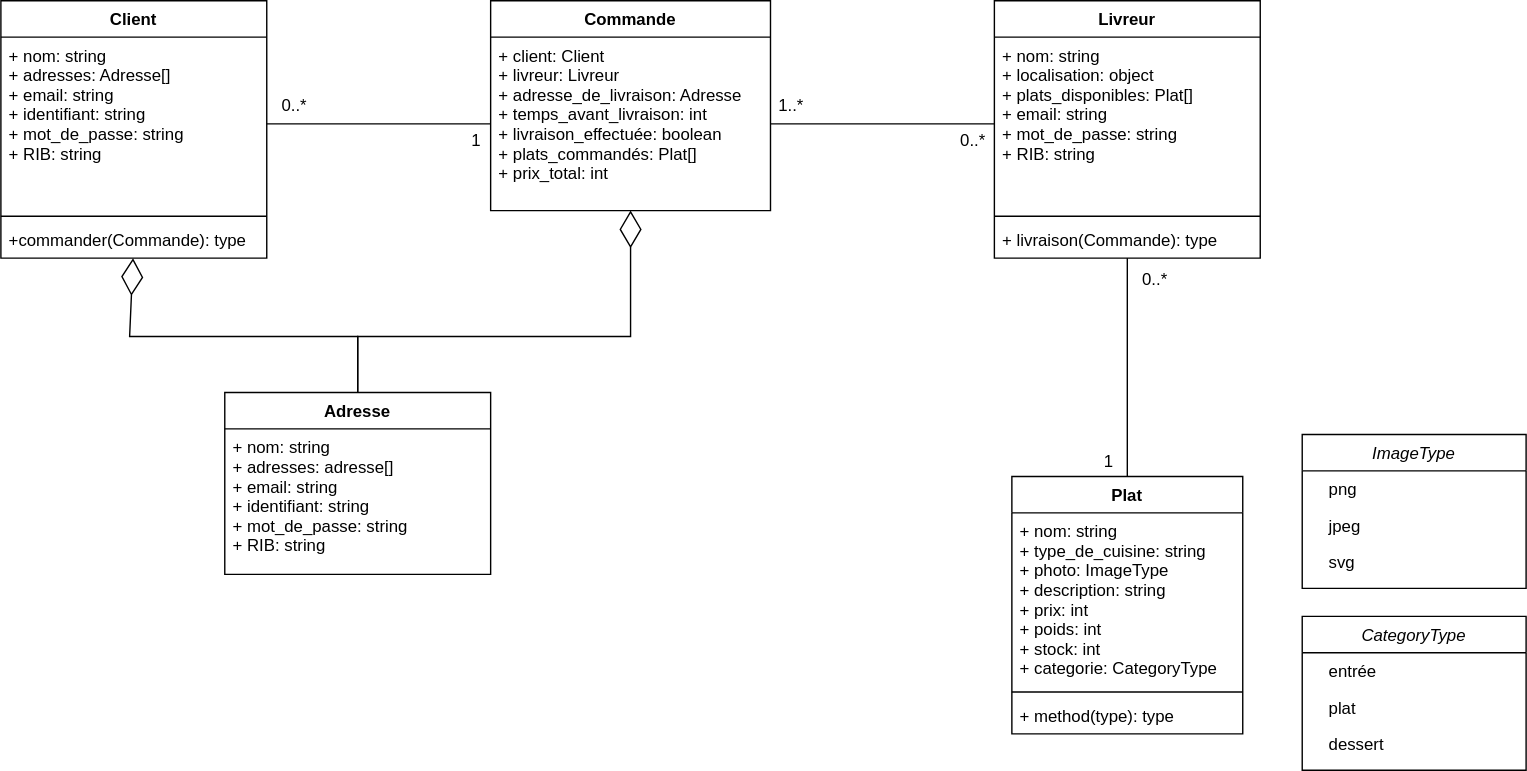
Earlier version of the draw.io export Class_Diagram.drawio.svg (TheoBernard97/ExpressFood). Source tidied: cells renumbered, new cells last; positions are measured from the earlier drawing's top-left corner, leaving out a move shared by most shapes.
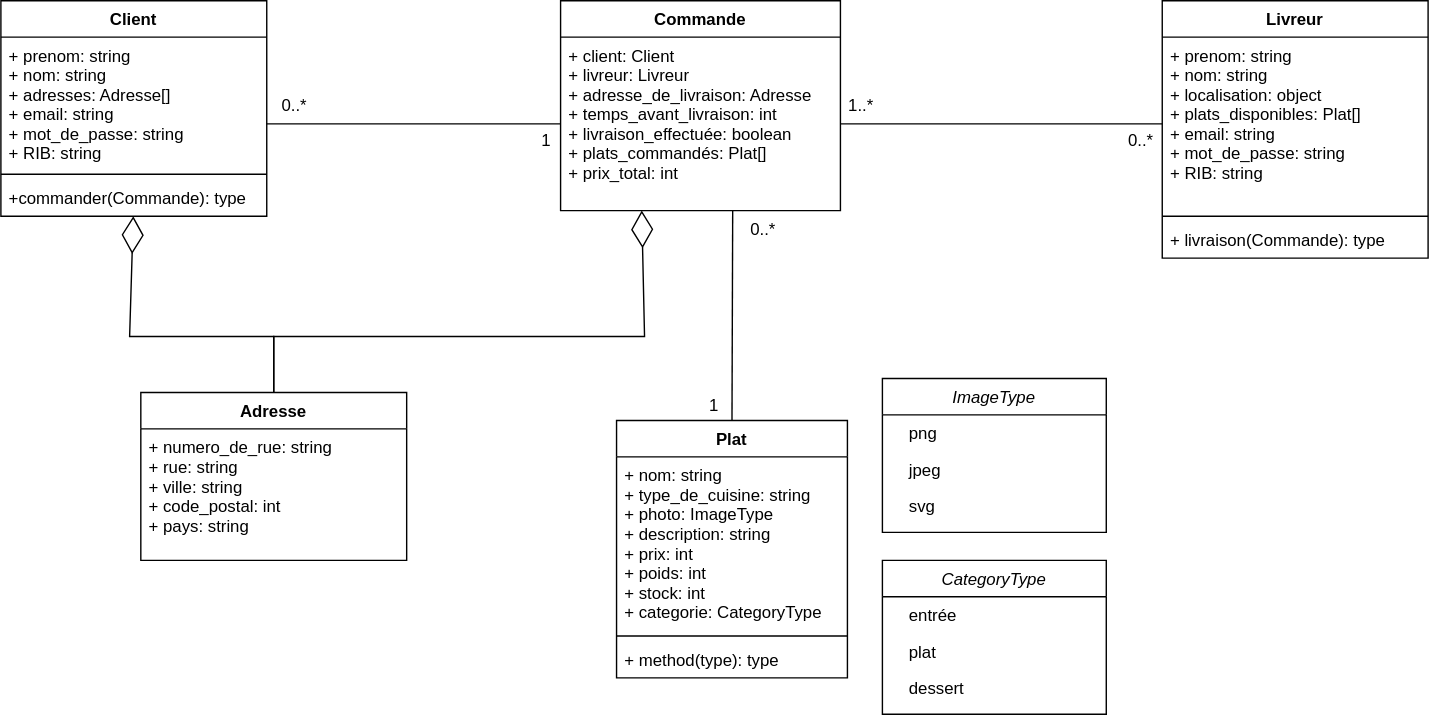
Above is the later version.

Commit message:
Update class diagram

What changed in the source:
```diff
@@ -3,19 +3,19 @@
     <mxCell id="0" />
     <mxCell id="1" parent="0" />
     <mxCell id="2" value="Client" style="swimlane;fontStyle=1;align=center;verticalAlign=top;horizontal=1;startSize=26;" parent="1" vertex="1">
-      <mxGeometry width="190" height="184" as="geometry" />
+      <mxGeometry width="190" height="154" as="geometry" />
     </mxCell>
-    <mxCell id="3" value="+ nom: string&#10;+ adresses: Adresse[]&#10;+ email: string&#10;+ identifiant: string&#10;+ mot_de_passe: string&#10;+ RIB: string" style="text;strokeColor=none;fillColor=none;align=left;verticalAlign=top;spacingLeft=4;spacingRight=4;overflow=hidden;points=[[0,0.5],[1,0.5]];portConstraint=eastwest;" parent="2" vertex="1">
-      <mxGeometry y="26" width="190" height="124" as="geometry" />
+    <mxCell id="3" value="+ prenom: string&#10;+ nom: string&#10;+ adresses: Adresse[]&#10;+ email: string&#10;+ mot_de_passe: string&#10;+ RIB: string" style="text;strokeColor=none;fillColor=none;align=left;verticalAlign=top;spacingLeft=4;spacingRight=4;overflow=hidden;points=[[0,0.5],[1,0.5]];portConstraint=eastwest;" parent="2" vertex="1">
+      <mxGeometry y="26" width="190" height="94" as="geometry" />
     </mxCell>
     <mxCell id="4" style="line;strokeWidth=1;fillColor=none;align=left;verticalAlign=middle;spacingTop=-1;spacingLeft=3;spacingRight=3;labelPosition=right;" parent="2" vertex="1">
-      <mxGeometry y="150" width="190" height="8" as="geometry" />
+      <mxGeometry y="120" width="190" height="8" as="geometry" />
     </mxCell>
     <mxCell id="5" value="+commander(Commande): type" style="text;strokeColor=none;fillColor=none;align=left;verticalAlign=top;spacingLeft=4;spacingRight=4;overflow=hidden;points=[[0,0.5],[1,0.5]];portConstraint=eastwest;" parent="2" vertex="1">
-      <mxGeometry y="158" width="190" height="26" as="geometry" />
+      <mxGeometry y="128" width="190" height="26" as="geometry" />
     </mxCell>
     <mxCell id="6" value="Plat" style="swimlane;fontStyle=1;align=center;verticalAlign=top;horizontal=1;startSize=26;" parent="1" vertex="1">
-      <mxGeometry x="722.5" y="340" width="165" height="184" as="geometry" />
+      <mxGeometry x="440" y="300" width="165" height="184" as="geometry" />
     </mxCell>
     <mxCell id="7" value="+ nom: string&#10;+ type_de_cuisine: string&#10;+ photo: ImageType&#10;+ description: string&#10;+ prix: int&#10;+ poids: int&#10;+ stock: int&#10;+ categorie: CategoryType" style="text;strokeColor=none;fillColor=none;align=left;verticalAlign=top;spacingLeft=4;spacingRight=4;overflow=hidden;" parent="6" vertex="1">
       <mxGeometry y="26" width="165" height="124" as="geometry" />
@@ -27,7 +27,7 @@
       <mxGeometry y="158" width="165" height="26" as="geometry" />
     </mxCell>
     <mxCell id="10" value="ImageType" style="swimlane;fontStyle=2;align=center;verticalAlign=top;horizontal=1;startSize=26;rounded=0;shadow=0;strokeWidth=1;" parent="1" vertex="1">
-      <mxGeometry x="930" y="310" width="160" height="110" as="geometry" />
+      <mxGeometry x="630" y="270" width="160" height="110" as="geometry" />
     </mxCell>
     <mxCell id="11" value="    png" style="text;align=left;verticalAlign=top;spacingLeft=4;spacingRight=4;overflow=hidden;" parent="10" vertex="1">
       <mxGeometry y="26" width="160" height="26" as="geometry" />
@@ -39,7 +39,7 @@
       <mxGeometry y="78" width="160" height="26" as="geometry" />
     </mxCell>
     <mxCell id="14" value="CategoryType" style="swimlane;fontStyle=2;align=center;verticalAlign=top;horizontal=1;startSize=26;rounded=0;shadow=0;strokeWidth=1;" parent="1" vertex="1">
-      <mxGeometry x="930" y="440" width="160" height="110" as="geometry" />
+      <mxGeometry x="630" y="400" width="160" height="110" as="geometry" />
     </mxCell>
     <mxCell id="15" value="    entrée" style="text;align=left;verticalAlign=top;spacingLeft=4;spacingRight=4;overflow=hidden;" parent="14" vertex="1">
       <mxGeometry y="26" width="160" height="26" as="geometry" />
@@ -51,9 +51,9 @@
       <mxGeometry y="78" width="160" height="26" as="geometry" />
     </mxCell>
     <mxCell id="18" value="Livreur" style="swimlane;fontStyle=1;align=center;verticalAlign=top;horizontal=1;startSize=26;" parent="1" vertex="1">
-      <mxGeometry x="710" width="190" height="184" as="geometry" />
+      <mxGeometry x="830" width="190" height="184" as="geometry" />
     </mxCell>
-    <mxCell id="19" value="+ nom: string&#10;+ localisation: object&#10;+ plats_disponibles: Plat[]&#10;+ email: string&#10;+ mot_de_passe: string&#10;+ RIB: string" style="text;strokeColor=none;fillColor=none;align=left;verticalAlign=top;spacingLeft=4;spacingRight=4;overflow=hidden;points=[[0,0.5],[1,0.5]];portConstraint=eastwest;" parent="18" vertex="1">
+    <mxCell id="19" value="+ prenom: string&#10;+ nom: string&#10;+ localisation: object&#10;+ plats_disponibles: Plat[]&#10;+ email: string&#10;+ mot_de_passe: string&#10;+ RIB: string" style="text;strokeColor=none;fillColor=none;align=left;verticalAlign=top;spacingLeft=4;spacingRight=4;overflow=hidden;points=[[0,0.5],[1,0.5]];portConstraint=eastwest;" parent="18" vertex="1">
       <mxGeometry y="26" width="190" height="124" as="geometry" />
     </mxCell>
     <mxCell id="20" style="line;strokeWidth=1;fillColor=none;align=left;verticalAlign=middle;spacingTop=-1;spacingLeft=3;spacingRight=3;labelPosition=right;" parent="18" vertex="1">
@@ -63,22 +63,26 @@
       <mxGeometry y="158" width="190" height="26" as="geometry" />
     </mxCell>
     <mxCell id="22" value="Commande" style="swimlane;fontStyle=1;align=center;verticalAlign=top;horizontal=1;startSize=26;" parent="1" vertex="1">
-      <mxGeometry x="350" width="200" height="150" as="geometry" />
+      <mxGeometry x="400" width="200" height="150" as="geometry" />
     </mxCell>
     <mxCell id="23" value="+ client: Client&#10;+ livreur: Livreur&#10;+ adresse_de_livraison: Adresse&#10;+ temps_avant_livraison: int&#10;+ livraison_effectuée: boolean&#10;+ plats_commandés: Plat[]&#10;+ prix_total: int" style="text;strokeColor=none;fillColor=none;align=left;verticalAlign=top;spacingLeft=4;spacingRight=4;overflow=hidden;points=[[0,0.5],[1,0.5]];portConstraint=eastwest;" parent="22" vertex="1">
       <mxGeometry y="26" width="200" height="124" as="geometry" />
     </mxCell>
-    <mxCell id="24" style="endArrow=none;html=1;rounded=0;entryX=0.5;entryY=0;entryDx=0;entryDy=0;" parent="1" edge="1" source="21" target="6">
-      <mxGeometry relative="1" as="geometry" />
+    <mxCell id="24" style="endArrow=none;html=1;rounded=0;entryX=0.5;entryY=0;entryDx=0;entryDy=0;" parent="1" edge="1" target="6">
+      <mxGeometry relative="1" as="geometry">
+        <mxPoint x="523" y="150" as="sourcePoint" />
+      </mxGeometry>
     </mxCell>
     <mxCell id="25" value="Adresse" style="swimlane;fontStyle=1;align=center;verticalAlign=top;horizontal=1;startSize=26;" parent="1" vertex="1">
-      <mxGeometry x="160" y="280" width="190" height="130" as="geometry" />
+      <mxGeometry x="100" y="280" width="190" height="120" as="geometry" />
     </mxCell>
-    <mxCell id="26" value="+ nom: string&#10;+ adresses: adresse[]&#10;+ email: string&#10;+ identifiant: string&#10;+ mot_de_passe: string&#10;+ RIB: string" style="text;strokeColor=none;fillColor=none;align=left;verticalAlign=top;spacingLeft=4;spacingRight=4;overflow=hidden;" parent="25" vertex="1">
-      <mxGeometry y="26" width="190" height="104" as="geometry" />
+    <mxCell id="26" value="+ numero_de_rue: string&#10;+ rue: string&#10;+ ville: string&#10;+ code_postal: int&#10;+ pays: string" style="text;strokeColor=none;fillColor=none;align=left;verticalAlign=top;spacingLeft=4;spacingRight=4;overflow=hidden;" parent="25" vertex="1">
+      <mxGeometry y="26" width="190" height="94" as="geometry" />
     </mxCell>
-    <mxCell id="27" style="endArrow=none;html=1;rounded=0;exitX=1;exitY=0.5;exitDx=0;exitDy=0;entryX=0;entryY=0.5;entryDx=0;entryDy=0;" parent="1" edge="1" source="3" target="23">
-      <mxGeometry relative="1" as="geometry" />
+    <mxCell id="27" style="endArrow=none;html=1;rounded=0;entryX=0;entryY=0.5;entryDx=0;entryDy=0;" parent="1" edge="1" target="23">
+      <mxGeometry relative="1" as="geometry">
+        <mxPoint x="190" y="88" as="sourcePoint" />
+      </mxGeometry>
     </mxCell>
     <mxCell id="28" style="endArrow=none;html=1;rounded=0;exitX=1;exitY=0.5;exitDx=0;exitDy=0;entryX=0;entryY=0.5;entryDx=0;entryDy=0;" parent="1" edge="1" source="23" target="19">
       <mxGeometry relative="1" as="geometry" />
@@ -86,16 +90,16 @@
     <mxCell id="29" style="endArrow=diamondThin;endFill=0;endSize=24;html=1;rounded=0;exitX=0.5;exitY=0;exitDx=0;exitDy=0;" parent="1" edge="1" source="25" target="5">
       <mxGeometry relative="1" as="geometry">
         <Array as="points">
-          <mxPoint x="255" y="240" />
+          <mxPoint x="195" y="240" />
           <mxPoint x="92" y="240" />
         </Array>
       </mxGeometry>
     </mxCell>
-    <mxCell id="30" style="endArrow=diamondThin;endFill=0;endSize=24;html=1;rounded=0;exitX=0.5;exitY=0;exitDx=0;exitDy=0;entryX=0.5;entryY=1;entryDx=0;entryDy=0;entryPerimeter=0;" parent="1" edge="1" source="25" target="23">
+    <mxCell id="30" style="endArrow=diamondThin;endFill=0;endSize=24;html=1;rounded=0;exitX=0.5;exitY=0;exitDx=0;exitDy=0;entryX=0.29;entryY=1;entryDx=0;entryDy=0;entryPerimeter=0;" parent="1" edge="1" source="25" target="23">
       <mxGeometry relative="1" as="geometry">
         <Array as="points">
-          <mxPoint x="255" y="240" />
-          <mxPoint x="450" y="240" />
+          <mxPoint x="195" y="240" />
+          <mxPoint x="460" y="240" />
         </Array>
       </mxGeometry>
     </mxCell>
@@ -103,19 +107,19 @@
       <mxGeometry x="200" y="65" width="20" height="20" as="geometry" />
     </mxCell>
     <mxCell id="32" value="1" style="text;html=1;strokeColor=none;fillColor=none;align=center;verticalAlign=middle;whiteSpace=wrap;rounded=0;" parent="1" vertex="1">
-      <mxGeometry x="330" y="90" width="20" height="20" as="geometry" />
+      <mxGeometry x="380" y="90" width="20" height="20" as="geometry" />
     </mxCell>
     <mxCell id="33" value="0..*" style="text;html=1;strokeColor=none;fillColor=none;align=center;verticalAlign=middle;whiteSpace=wrap;rounded=0;" parent="1" vertex="1">
-      <mxGeometry x="680" y="90" width="30" height="20" as="geometry" />
+      <mxGeometry x="800" y="90" width="30" height="20" as="geometry" />
     </mxCell>
     <mxCell id="34" value="1..*" style="text;html=1;strokeColor=none;fillColor=none;align=center;verticalAlign=middle;whiteSpace=wrap;rounded=0;" parent="1" vertex="1">
-      <mxGeometry x="550" y="65" width="30" height="20" as="geometry" />
+      <mxGeometry x="600" y="65" width="30" height="20" as="geometry" />
     </mxCell>
     <mxCell id="35" value="0..*" style="text;html=1;strokeColor=none;fillColor=none;align=center;verticalAlign=middle;whiteSpace=wrap;rounded=0;" parent="1" vertex="1">
-      <mxGeometry x="810" y="190" width="30" height="20" as="geometry" />
+      <mxGeometry x="530" y="154" width="30" height="20" as="geometry" />
     </mxCell>
     <mxCell id="36" value="1" style="text;html=1;strokeColor=none;fillColor=none;align=center;verticalAlign=middle;whiteSpace=wrap;rounded=0;" parent="1" vertex="1">
-      <mxGeometry x="777" y="320" width="30" height="20" as="geometry" />
+      <mxGeometry x="494.5" y="280" width="30" height="20" as="geometry" />
     </mxCell>
   </root>
 </mxGraphModel>
```
